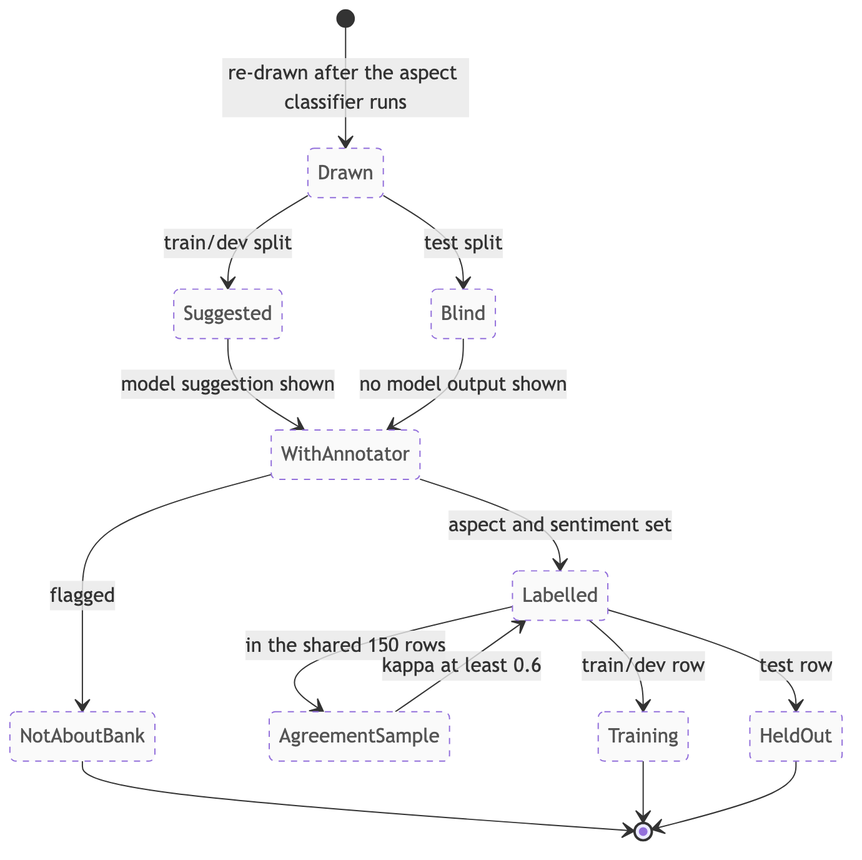
Before: docs/diagrams/img/16-label-lifecycle.png, a diagram exported from Mermaid (Gavingyh/plp-project). Its source is kept beside it as docs/diagrams/src/16-label-lifecycle.mmd. Its diagram source:
```mermaid
stateDiagram-v2
  accTitle: Label lifecycle, planned
  accDescr: Planned. A candidate is drawn into the train/dev or test split. Train/dev rows get an LLM suggestion; test rows go to a blind sheet. A person labels aspect and sentiment or flags the row. Some rows form the agreement sample. Labelled train/dev rows train the model; test rows only evaluate it.

  [*] --> Drawn : re-drawn after the aspect classifier runs
  Drawn --> Suggested : train/dev split
  Drawn --> Blind : test split
  Suggested --> WithAnnotator : model suggestion shown
  Blind --> WithAnnotator : no model output shown
  WithAnnotator --> NotAboutBank : flagged
  WithAnnotator --> Labelled : aspect and sentiment set
  Labelled --> AgreementSample : in the shared 150 rows
  AgreementSample --> Labelled : kappa at least 0.6
  Labelled --> Training : train/dev row
  Labelled --> HeldOut : test row
  NotAboutBank --> [*]
  Training --> [*]
  HeldOut --> [*]

  classDef planned stroke-dasharray: 5 5,color:#555,fill:#fafafa
  class Drawn,Suggested,Blind,WithAnnotator,Labelled,NotAboutBank,AgreementSample,Training,HeldOut planned
```
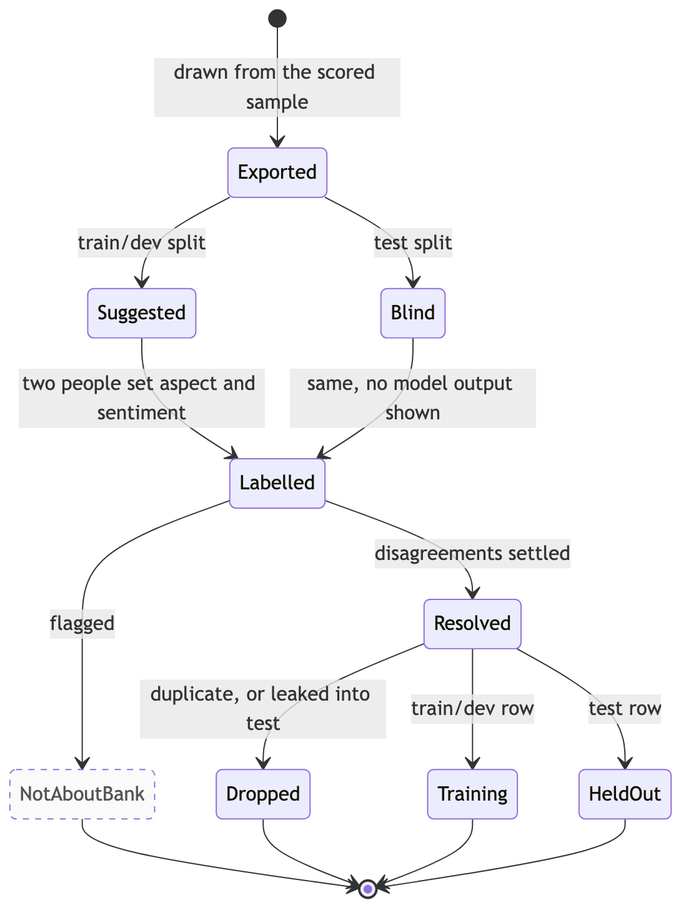
The same diagram one commit later.

The edit, as a diff of the source:
```diff
@@ -1,21 +1,21 @@
 stateDiagram-v2
-  accTitle: Label lifecycle, planned
-  accDescr: Planned. A candidate is drawn into the train/dev or test split. Train/dev rows get an LLM suggestion; test rows go to a blind sheet. A person labels aspect and sentiment or flags the row. Some rows form the agreement sample. Labelled train/dev rows train the model; test rows only evaluate it.
+  accTitle: Label lifecycle, first round
+  accDescr: A candidate is exported into the train/dev or test split. Train/dev rows carry an LLM suggestion; test rows go to a blind sheet. Two people label each row and disagreements are resolved. Duplicated or leaked rows are dropped; the rest train the model or form the test set. A not-about-the-bank flag is planned.
 
-  [*] --> Drawn : re-drawn after the aspect classifier runs
-  Drawn --> Suggested : train/dev split
-  Drawn --> Blind : test split
-  Suggested --> WithAnnotator : model suggestion shown
-  Blind --> WithAnnotator : no model output shown
-  WithAnnotator --> NotAboutBank : flagged
-  WithAnnotator --> Labelled : aspect and sentiment set
-  Labelled --> AgreementSample : in the shared 150 rows
-  AgreementSample --> Labelled : kappa at least 0.6
-  Labelled --> Training : train/dev row
-  Labelled --> HeldOut : test row
+  [*] --> Exported : drawn from the scored sample
+  Exported --> Suggested : train/dev split
+  Exported --> Blind : test split
+  Suggested --> Labelled : two people set aspect and sentiment
+  Blind --> Labelled : same, no model output shown
+  Labelled --> NotAboutBank : flagged
+  Labelled --> Resolved : disagreements settled
+  Resolved --> Dropped : duplicate, or leaked into test
+  Resolved --> Training : train/dev row
+  Resolved --> HeldOut : test row
   NotAboutBank --> [*]
+  Dropped --> [*]
   Training --> [*]
   HeldOut --> [*]
 
   classDef planned stroke-dasharray: 5 5,color:#555,fill:#fafafa
-  class Drawn,Suggested,Blind,WithAnnotator,Labelled,NotAboutBank,AgreementSample,Training,HeldOut planned
+  class NotAboutBank planned
```
